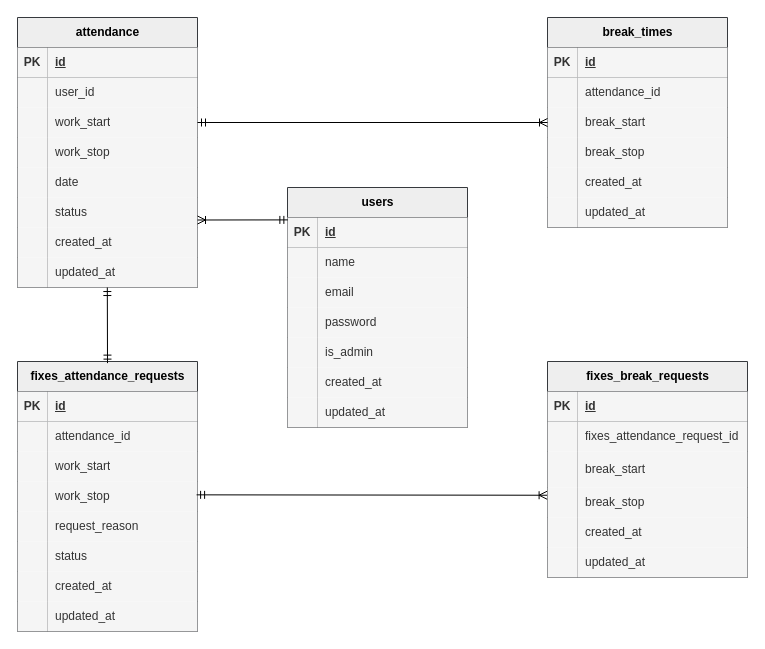
The draw.io diagram src/design/er.drawio in hisano-satomi/attendance_management, before the edit. Source tidied: cells renumbered, new cells numbered last; positions are measured from the earlier drawing's top-left corner, leaving out a move shared by most shapes. Both pictures are drawn from the tidied source at 100%, with x=0, y=0 at pixel (17, 17).
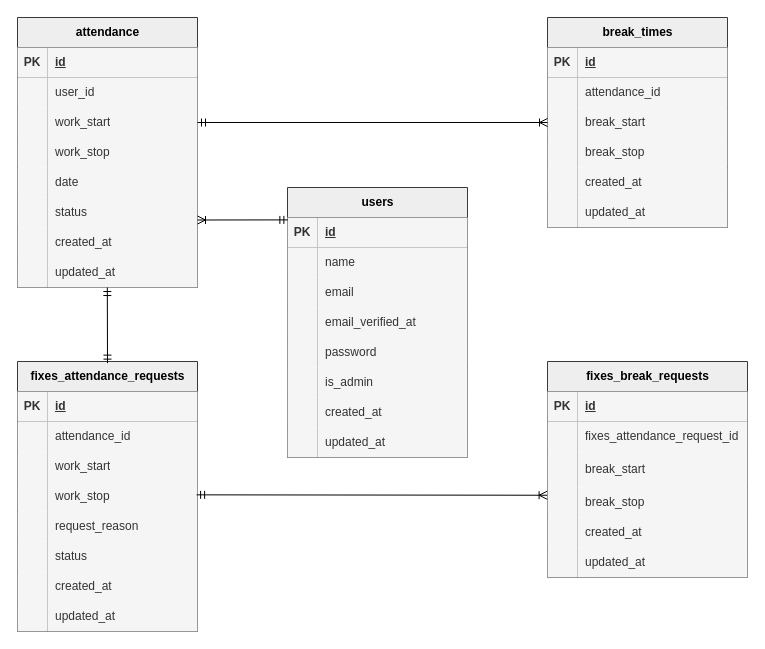
The same diagram, later.

Change to the diagram source:
```diff
@@
     <mxCell id="90" value="users" style="shape=table;startSize=30;childLayout=tableLayout;rowLines=0;fontStyle=1;align=center;html=1;fillColor=#eeeeee;strokeColor=#36393d;fontColor=#000000;" parent="1" vertex="1">
-      <mxGeometry x="270" y="170" width="180" height="240" as="geometry" />
+      <mxGeometry x="270" y="170" width="180" height="270" as="geometry" />
     </mxCell>
@@
+    <mxCell id="116" style="shape=tableRow;horizontal=0;startSize=0;swimlaneHead=0;swimlaneBody=0;fillColor=none;top=0;left=0;right=0;bottom=0;" parent="90" vertex="1">
+      <mxGeometry y="120" width="180" height="30" as="geometry" />
+    </mxCell>
+    <mxCell id="117" style="shape=partialRectangle;fillColor=#f5f5f5;top=0;left=0;bottom=0;right=0;overflow=hidden;whiteSpace=wrap;html=1;strokeColor=#666666;fontColor=#333333;" parent="116" vertex="1">
+      <mxGeometry width="30" height="30" as="geometry" />
+    </mxCell>
+    <mxCell id="118" value="email_verified_at" style="shape=partialRectangle;fillColor=#f5f5f5;top=0;left=0;bottom=0;right=0;align=left;spacingLeft=6;overflow=hidden;whiteSpace=wrap;html=1;strokeColor=#666666;fontColor=#333333;" parent="116" vertex="1">
+      <mxGeometry x="30" width="150" height="30" as="geometry" />
+    </mxCell>
     <mxCell id="100" style="shape=tableRow;horizontal=0;startSize=0;swimlaneHead=0;swimlaneBody=0;fillColor=none;top=0;left=0;right=0;bottom=0;" parent="90" vertex="1">
-      <mxGeometry y="120" width="180" height="30" as="geometry" />
+      <mxGeometry y="150" width="180" height="30" as="geometry" />
     </mxCell>
@@
     <mxCell id="103" style="shape=tableRow;horizontal=0;startSize=0;swimlaneHead=0;swimlaneBody=0;fillColor=none;top=0;left=0;right=0;bottom=0;" parent="90" vertex="1">
-      <mxGeometry y="150" width="180" height="30" as="geometry" />
+      <mxGeometry y="180" width="180" height="30" as="geometry" />
     </mxCell>
@@
     <mxCell id="106" style="shape=tableRow;horizontal=0;startSize=0;swimlaneHead=0;swimlaneBody=0;fillColor=none;top=0;left=0;right=0;bottom=0;" parent="90" vertex="1">
-      <mxGeometry y="180" width="180" height="30" as="geometry" />
+      <mxGeometry y="210" width="180" height="30" as="geometry" />
     </mxCell>
@@
     <mxCell id="109" style="shape=tableRow;horizontal=0;startSize=0;swimlaneHead=0;swimlaneBody=0;fillColor=none;top=0;left=0;right=0;bottom=0;" parent="90" vertex="1">
-      <mxGeometry y="210" width="180" height="30" as="geometry" />
+      <mxGeometry y="240" width="180" height="30" as="geometry" />
     </mxCell>
```
